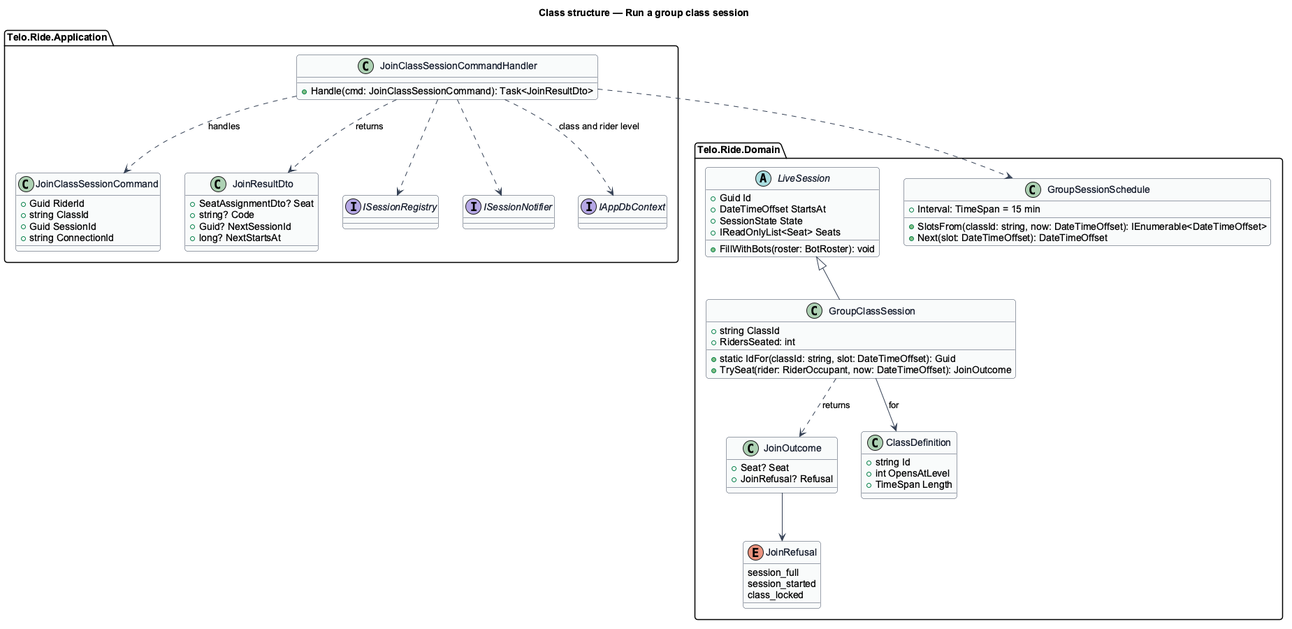
QuinntyneBrown/wattzup keeps this PlantUML diagram as docs/detailed-designs/multiplayer/run-a-group-class-session/diagrams/class-structure.png. Above is the earlier version. Its diagram source:
```plantuml
@startuml
skinparam backgroundColor #FFFFFF
skinparam shadowing false
skinparam roundcorner 8
skinparam defaultFontName Arial
skinparam ArrowColor #344054
skinparam class {
  BorderColor #344054
  FontColor #101828
  BackgroundColor #F9FAFB
}
set separator none
title Class structure — Run a group class session

package "Telo.Ride.Domain" {
  abstract class LiveSession {
    +Guid Id
    +DateTimeOffset StartsAt
    +SessionState State
    +IReadOnlyList<Seat> Seats
    +FillWithBots(roster: BotRoster): void
  }
  class GroupClassSession {
    +string ClassId
    +static IdFor(classId: string, slot: DateTimeOffset): Guid
    +TrySeat(rider: RiderOccupant, now: DateTimeOffset): JoinOutcome
    +RidersSeated: int
  }
  class GroupSessionSchedule {
    +Interval: TimeSpan = 15 min
    +SlotsFrom(classId: string, now: DateTimeOffset): IEnumerable<DateTimeOffset>
    +Next(slot: DateTimeOffset): DateTimeOffset
  }
  class JoinOutcome {
    +Seat? Seat
    +JoinRefusal? Refusal
  }
  enum JoinRefusal {
    session_full
    session_started
    class_locked
  }
  class ClassDefinition {
    +string Id
    +int OpensAtLevel
    +TimeSpan Length
  }
}
package "Telo.Ride.Application" {
  class JoinClassSessionCommand {
    +Guid RiderId
    +string ClassId
    +Guid SessionId
    +string ConnectionId
  }
  class JoinClassSessionCommandHandler {
    +Handle(cmd: JoinClassSessionCommand): Task<JoinResultDto>
  }
  class JoinResultDto {
    +SeatAssignmentDto? Seat
    +string? Code
    +Guid? NextSessionId
    +long? NextStartsAt
  }
  interface ISessionRegistry
  interface ISessionNotifier
  interface IAppDbContext
}

LiveSession <|-- GroupClassSession
GroupClassSession ..> JoinOutcome : returns
JoinOutcome --> JoinRefusal
JoinClassSessionCommandHandler ..> JoinClassSessionCommand : handles
JoinClassSessionCommandHandler ..> GroupSessionSchedule
JoinClassSessionCommandHandler ..> ISessionRegistry
JoinClassSessionCommandHandler ..> ISessionNotifier
JoinClassSessionCommandHandler ..> IAppDbContext : class and rider level
JoinClassSessionCommandHandler ..> JoinResultDto : returns
GroupClassSession --> ClassDefinition : for
@enduml
```
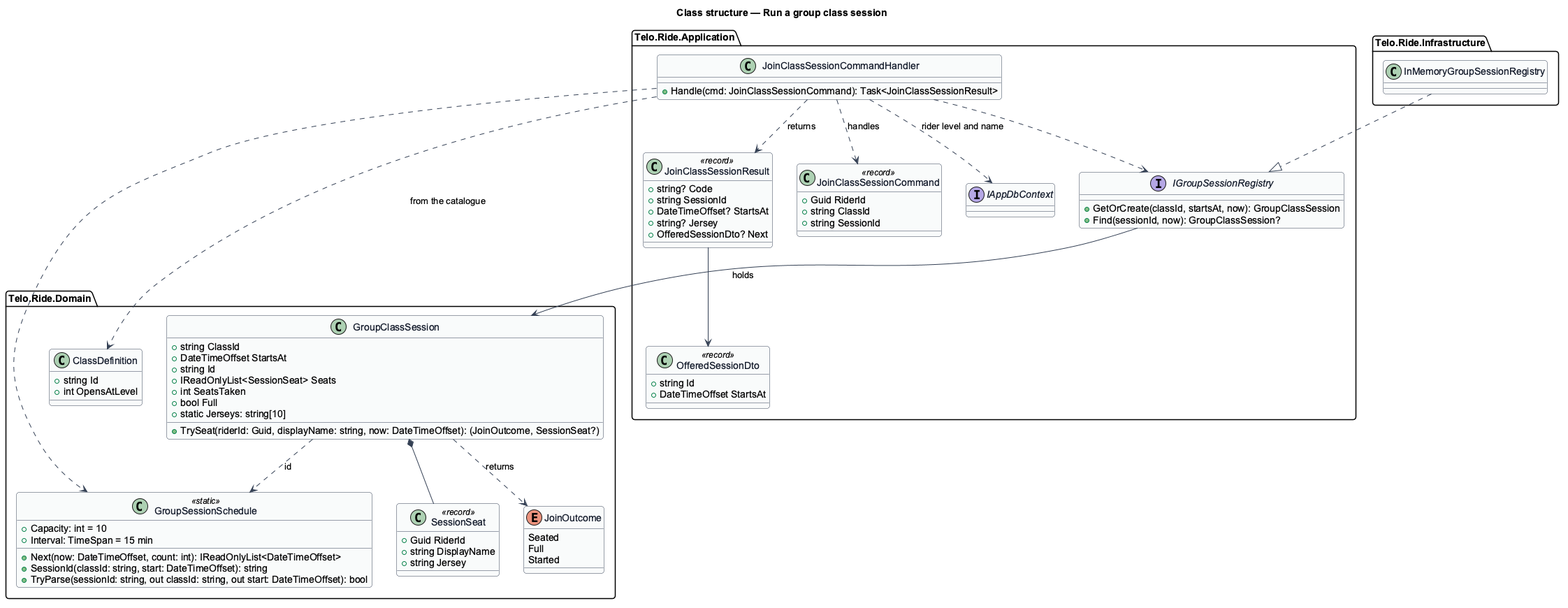
The same diagram one commit later.

Diff of the diagram source:
```diff
@@ -13,68 +13,78 @@
 title Class structure — Run a group class session
 
 package "Telo.Ride.Domain" {
-  abstract class LiveSession {
-    +Guid Id
-    +DateTimeOffset StartsAt
-    +SessionState State
-    +IReadOnlyList<Seat> Seats
-    +FillWithBots(roster: BotRoster): void
-  }
   class GroupClassSession {
     +string ClassId
-    +static IdFor(classId: string, slot: DateTimeOffset): Guid
-    +TrySeat(rider: RiderOccupant, now: DateTimeOffset): JoinOutcome
-    +RidersSeated: int
+    +DateTimeOffset StartsAt
+    +string Id
+    +IReadOnlyList<SessionSeat> Seats
+    +int SeatsTaken
+    +bool Full
+    +static Jerseys: string[10]
+    +TrySeat(riderId: Guid, displayName: string, now: DateTimeOffset): (JoinOutcome, SessionSeat?)
   }
-  class GroupSessionSchedule {
+  class SessionSeat <<record>> {
+    +Guid RiderId
+    +string DisplayName
+    +string Jersey
+  }
+  class GroupSessionSchedule <<static>> {
+    +Capacity: int = 10
     +Interval: TimeSpan = 15 min
-    +SlotsFrom(classId: string, now: DateTimeOffset): IEnumerable<DateTimeOffset>
-    +Next(slot: DateTimeOffset): DateTimeOffset
+    +Next(now: DateTimeOffset, count: int): IReadOnlyList<DateTimeOffset>
+    +SessionId(classId: string, start: DateTimeOffset): string
+    +TryParse(sessionId: string, out classId: string, out start: DateTimeOffset): bool
   }
-  class JoinOutcome {
-    +Seat? Seat
-    +JoinRefusal? Refusal
-  }
-  enum JoinRefusal {
-    session_full
-    session_started
-    class_locked
+  enum JoinOutcome {
+    Seated
+    Full
+    Started
   }
   class ClassDefinition {
     +string Id
     +int OpensAtLevel
-    +TimeSpan Length
   }
 }
 package "Telo.Ride.Application" {
-  class JoinClassSessionCommand {
+  class JoinClassSessionCommand <<record>> {
     +Guid RiderId
     +string ClassId
-    +Guid SessionId
-    +string ConnectionId
+    +string SessionId
   }
   class JoinClassSessionCommandHandler {
-    +Handle(cmd: JoinClassSessionCommand): Task<JoinResultDto>
+    +Handle(cmd: JoinClassSessionCommand): Task<JoinClassSessionResult>
   }
-  class JoinResultDto {
-    +SeatAssignmentDto? Seat
+  class JoinClassSessionResult <<record>> {
     +string? Code
-    +Guid? NextSessionId
-    +long? NextStartsAt
+    +string SessionId
+    +DateTimeOffset? StartsAt
+    +string? Jersey
+    +OfferedSessionDto? Next
   }
-  interface ISessionRegistry
-  interface ISessionNotifier
+  class OfferedSessionDto <<record>> {
+    +string Id
+    +DateTimeOffset StartsAt
+  }
+  interface IGroupSessionRegistry {
+    +GetOrCreate(classId, startsAt, now): GroupClassSession
+    +Find(sessionId, now): GroupClassSession?
+  }
   interface IAppDbContext
 }
+package "Telo.Ride.Infrastructure" {
+  class InMemoryGroupSessionRegistry
+}
 
-LiveSession <|-- GroupClassSession
+GroupClassSession *-- SessionSeat
 GroupClassSession ..> JoinOutcome : returns
-JoinOutcome --> JoinRefusal
+GroupClassSession ..> GroupSessionSchedule : id
 JoinClassSessionCommandHandler ..> JoinClassSessionCommand : handles
 JoinClassSessionCommandHandler ..> GroupSessionSchedule
-JoinClassSessionCommandHandler ..> ISessionRegistry
-JoinClassSessionCommandHandler ..> ISessionNotifier
-JoinClassSessionCommandHandler ..> IAppDbContext : class and rider level
-JoinClassSessionCommandHandler ..> JoinResultDto : returns
-GroupClassSession --> ClassDefinition : for
+JoinClassSessionCommandHandler ..> IGroupSessionRegistry
+JoinClassSessionCommandHandler ..> IAppDbContext : rider level and name
+JoinClassSessionCommandHandler ..> ClassDefinition : from the catalogue
+JoinClassSessionCommandHandler ..> JoinClassSessionResult : returns
+JoinClassSessionResult --> OfferedSessionDto
+InMemoryGroupSessionRegistry ..|> IGroupSessionRegistry
+IGroupSessionRegistry --> GroupClassSession : holds
 @enduml
```
